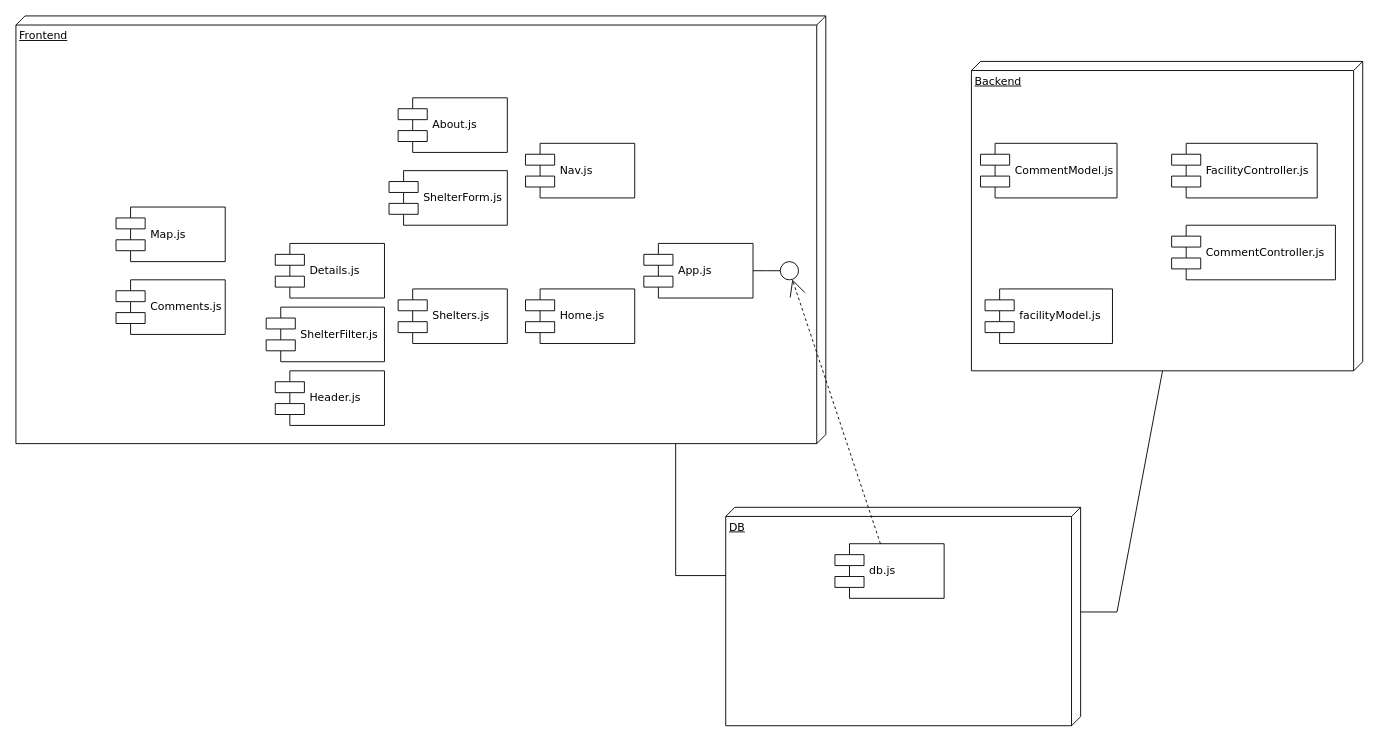
Above: Untitled Diagram.drawio in camiloko1989/Final_Project_3380_001 (draw.io), before the change. Source tidied: cells renumbered, new cells numbered last; positions are measured from the earlier drawing's top-left corner, leaving out a move shared by most shapes. Both pictures are drawn from the tidied source at 91%, with x=0, y=0 at pixel (15, 15).
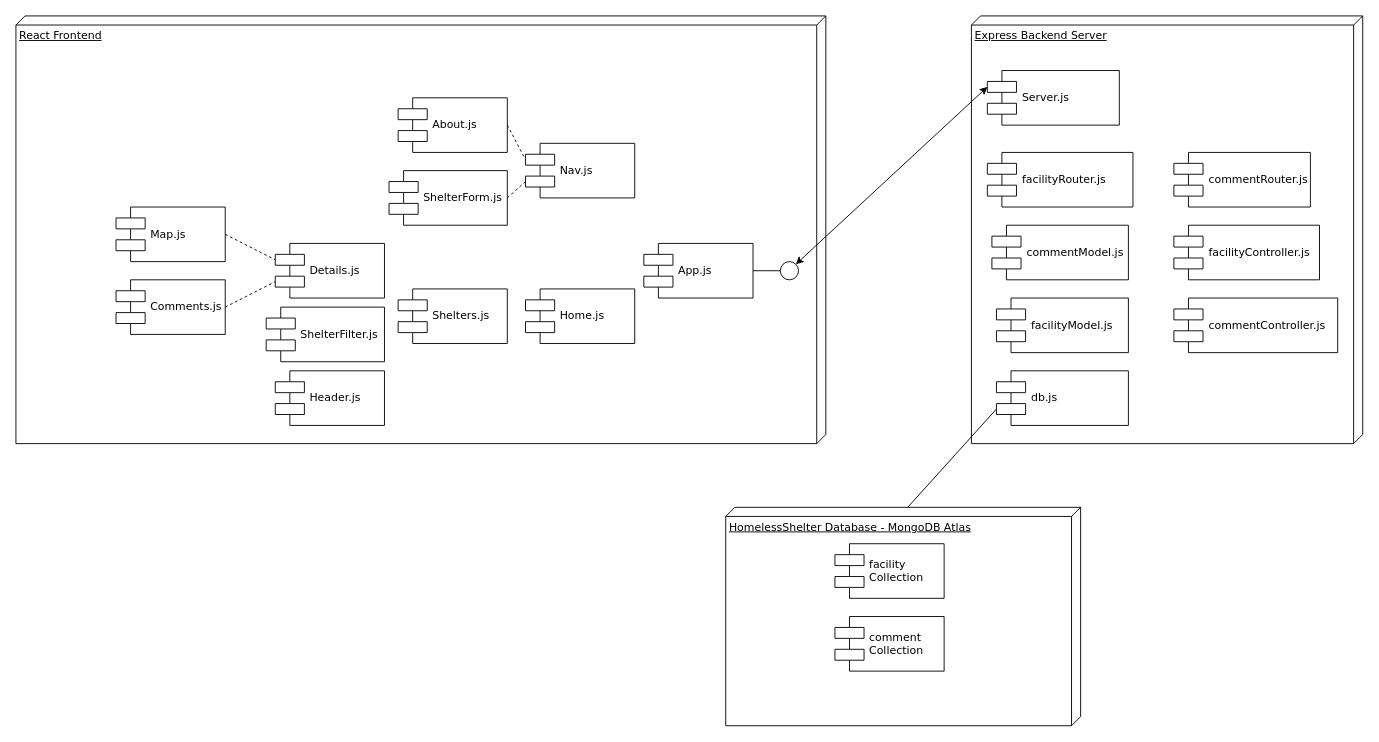
After the change.

Unchanged cells that the change refers to:
```xml
<mxCell id="6" style="ellipse;whiteSpace=wrap;html=1;rounded=0;shadow=0;comic=0;labelBackgroundColor=none;strokeWidth=1;fontFamily=Verdana;fontSize=12;align=center;" parent="1" vertex="1">
  <mxGeometry x="840" y="270" width="20" height="20" as="geometry" />
</mxCell>
<mxCell id="13" value="Nav.js" style="shape=component;align=left;spacingLeft=36;rounded=0;shadow=0;comic=0;labelBackgroundColor=none;strokeWidth=1;fontFamily=Verdana;fontSize=12;html=1;" parent="1" vertex="1">
  <mxGeometry x="560" y="140" width="120" height="60" as="geometry" />
</mxCell>
<mxCell id="16" value="ShelterForm.js" style="shape=component;align=left;spacingLeft=36;rounded=0;shadow=0;comic=0;labelBackgroundColor=none;strokeWidth=1;fontFamily=Verdana;fontSize=12;html=1;" parent="1" vertex="1">
  <mxGeometry x="410" y="170" width="130" height="60" as="geometry" />
</mxCell>
<mxCell id="17" value="Details.js" style="shape=component;align=left;spacingLeft=36;rounded=0;shadow=0;comic=0;labelBackgroundColor=none;strokeWidth=1;fontFamily=Verdana;fontSize=12;html=1;" parent="1" vertex="1">
  <mxGeometry x="285" y="250" width="120" height="60" as="geometry" />
</mxCell>
<mxCell id="18" value="About.js" style="shape=component;align=left;spacingLeft=36;rounded=0;shadow=0;comic=0;labelBackgroundColor=none;strokeWidth=1;fontFamily=Verdana;fontSize=12;html=1;" parent="1" vertex="1">
  <mxGeometry x="420" y="90" width="120" height="60" as="geometry" />
</mxCell>
<mxCell id="19" value="Map.js" style="shape=component;align=left;spacingLeft=36;rounded=0;shadow=0;comic=0;labelBackgroundColor=none;strokeWidth=1;fontFamily=Verdana;fontSize=12;html=1;" parent="1" vertex="1">
  <mxGeometry x="110" y="210" width="120" height="60" as="geometry" />
</mxCell>
<mxCell id="20" value="Comments.js" style="shape=component;align=left;spacingLeft=36;rounded=0;shadow=0;comic=0;labelBackgroundColor=none;strokeWidth=1;fontFamily=Verdana;fontSize=12;html=1;" parent="1" vertex="1">
  <mxGeometry x="110" y="290" width="120" height="60" as="geometry" />
</mxCell>
```

What changed in the source:
```diff
@@
-    <mxCell id="2" value="Frontend" style="verticalAlign=top;align=left;spacingTop=8;spacingLeft=2;spacingRight=12;shape=cube;size=10;direction=south;fontStyle=4;html=1;rounded=0;shadow=0;comic=0;labelBackgroundColor=none;strokeWidth=1;fontFamily=Verdana;fontSize=12;" parent="1" vertex="1">
+    <mxCell id="2" value="React Frontend" style="verticalAlign=top;align=left;spacingTop=8;spacingLeft=2;spacingRight=12;shape=cube;size=10;direction=south;fontStyle=4;html=1;rounded=0;shadow=0;comic=0;labelBackgroundColor=none;strokeWidth=1;fontFamily=Verdana;fontSize=12;" parent="1" vertex="1">
       <mxGeometry width="890" height="470" as="geometry" />
     </mxCell>
-    <mxCell id="3" value="Backend" style="verticalAlign=top;align=left;spacingTop=8;spacingLeft=2;spacingRight=12;shape=cube;size=10;direction=south;fontStyle=4;html=1;rounded=0;shadow=0;comic=0;labelBackgroundColor=none;strokeWidth=1;fontFamily=Verdana;fontSize=12;" parent="1" vertex="1">
-      <mxGeometry x="1050" y="50" width="430" height="340" as="geometry" />
+    <mxCell id="3" value="Express Backend Server" style="verticalAlign=top;align=left;spacingTop=8;spacingLeft=2;spacingRight=12;shape=cube;size=10;direction=south;fontStyle=4;html=1;rounded=0;shadow=0;comic=0;labelBackgroundColor=none;strokeWidth=1;fontFamily=Verdana;fontSize=12;" parent="1" vertex="1">
+      <mxGeometry x="1050" width="430" height="470" as="geometry" />
     </mxCell>
-    <mxCell id="4" value="DB" style="verticalAlign=top;align=left;spacingTop=8;spacingLeft=2;spacingRight=12;shape=cube;size=10;direction=south;fontStyle=4;html=1;rounded=0;shadow=0;comic=0;labelBackgroundColor=none;strokeWidth=1;fontFamily=Verdana;fontSize=12;" parent="1" vertex="1">
+    <mxCell id="4" value="HomelessShelter Database - MongoDB Atlas" style="verticalAlign=top;align=left;spacingTop=8;spacingLeft=2;spacingRight=12;shape=cube;size=10;direction=south;fontStyle=4;html=1;rounded=0;shadow=0;comic=0;labelBackgroundColor=none;strokeWidth=1;fontFamily=Verdana;fontSize=12;" parent="1" vertex="1">
       <mxGeometry x="780" y="540" width="390" height="240" as="geometry" />
     </mxCell>
@@
-    <mxCell id="7" value="db.js" style="shape=component;align=left;spacingLeft=36;rounded=0;shadow=0;comic=0;labelBackgroundColor=none;strokeWidth=1;fontFamily=Verdana;fontSize=12;html=1;" parent="1" vertex="1">
+    <mxCell id="7" value="facility &lt;br&gt;Collection" style="shape=component;align=left;spacingLeft=36;rounded=0;shadow=0;comic=0;labelBackgroundColor=none;strokeWidth=1;fontFamily=Verdana;fontSize=12;html=1;" parent="1" vertex="1">
       <mxGeometry x="900" y="580" width="120" height="60" as="geometry" />
     </mxCell>
-    <mxCell id="8" style="edgeStyle=none;rounded=0;html=1;dashed=1;labelBackgroundColor=none;startArrow=none;startFill=0;startSize=8;endArrow=open;endFill=0;endSize=16;fontFamily=Verdana;fontSize=12;" parent="1" edge="1" source="7" target="6">
-      <mxGeometry relative="1" as="geometry" />
-    </mxCell>
@@
-    <mxCell id="10" style="edgeStyle=orthogonalEdgeStyle;rounded=0;html=1;labelBackgroundColor=none;startArrow=none;startFill=0;startSize=8;endArrow=none;endFill=0;endSize=16;fontFamily=Verdana;fontSize=12;" parent="1" edge="1" source="4" target="2">
-      <mxGeometry relative="1" as="geometry">
-        <Array as="points">
-          <mxPoint x="725" y="615" />
-        </Array>
-      </mxGeometry>
-    </mxCell>
@@
-    <mxCell id="21" value="CommentModel.js" style="shape=component;align=left;spacingLeft=36;rounded=0;shadow=0;comic=0;labelBackgroundColor=none;strokeWidth=1;fontFamily=Verdana;fontSize=12;html=1;" parent="1" vertex="1">
-      <mxGeometry x="1060" y="140" width="150" height="60" as="geometry" />
+    <mxCell id="21" value="commentModel.js" style="shape=component;align=left;spacingLeft=36;rounded=0;shadow=0;comic=0;labelBackgroundColor=none;strokeWidth=1;fontFamily=Verdana;fontSize=12;html=1;" parent="1" vertex="1">
+      <mxGeometry x="1072.5" y="230" width="150" height="60" as="geometry" />
     </mxCell>
     <mxCell id="22" value="facilityModel.js" style="shape=component;align=left;spacingLeft=36;rounded=0;shadow=0;comic=0;labelBackgroundColor=none;strokeWidth=1;fontFamily=Verdana;fontSize=12;html=1;" parent="1" vertex="1">
-      <mxGeometry x="1065" y="300" width="140" height="60" as="geometry" />
+      <mxGeometry x="1077.5" y="310" width="145" height="60" as="geometry" />
     </mxCell>
-    <mxCell id="23" style="endArrow=none;html=1;rounded=0;exitX=0;exitY=0;exitDx=115;exitDy=0;exitPerimeter=0;entryX=0;entryY=0;entryDx=340;entryDy=220;entryPerimeter=0;" parent="1" edge="1" source="4" target="3">
-      <mxGeometry relative="1" as="geometry">
-        <Array as="points">
-          <mxPoint x="1210" y="655" />
-        </Array>
-      </mxGeometry>
+    <mxCell id="23" style="endArrow=none;html=1;rounded=0;exitX=0;exitY=0;exitDx=0;exitDy=190;exitPerimeter=0;entryX=0;entryY=0.7;entryDx=0;entryDy=0;" parent="1" edge="1" source="4" target="33">
+      <mxGeometry relative="1" as="geometry" />
     </mxCell>
-    <mxCell id="24" value="FacilityController.js" style="shape=component;align=left;spacingLeft=36;rounded=0;shadow=0;comic=0;labelBackgroundColor=none;strokeWidth=1;fontFamily=Verdana;fontSize=12;html=1;" parent="1" vertex="1">
-      <mxGeometry x="1270" y="140" width="160" height="60" as="geometry" />
+    <mxCell id="24" value="facilityController.js" style="shape=component;align=left;spacingLeft=36;rounded=0;shadow=0;comic=0;labelBackgroundColor=none;strokeWidth=1;fontFamily=Verdana;fontSize=12;html=1;" parent="1" vertex="1">
+      <mxGeometry x="1272.5" y="230" width="160" height="60" as="geometry" />
     </mxCell>
-    <mxCell id="25" value="CommentController.js" style="shape=component;align=left;spacingLeft=36;rounded=0;shadow=0;comic=0;labelBackgroundColor=none;strokeWidth=1;fontFamily=Verdana;fontSize=12;html=1;" parent="1" vertex="1">
-      <mxGeometry x="1270" y="230" width="180" height="60" as="geometry" />
+    <mxCell id="25" value="commentController.js" style="shape=component;align=left;spacingLeft=36;rounded=0;shadow=0;comic=0;labelBackgroundColor=none;strokeWidth=1;fontFamily=Verdana;fontSize=12;html=1;" parent="1" vertex="1">
+      <mxGeometry x="1272.5" y="310" width="180" height="60" as="geometry" />
     </mxCell>
+    <mxCell id="26" style="endArrow=none;dashed=1;html=1;rounded=0;exitX=1;exitY=0.5;exitDx=0;exitDy=0;entryX=0;entryY=0.3;entryDx=0;entryDy=0;" parent="1" edge="1" source="18" target="13">
+      <mxGeometry relative="1" as="geometry" />
+    </mxCell>
+    <mxCell id="27" style="endArrow=none;dashed=1;html=1;rounded=0;exitX=1;exitY=0.5;exitDx=0;exitDy=0;entryX=0;entryY=0.7;entryDx=0;entryDy=0;" parent="1" edge="1" source="16" target="13">
+      <mxGeometry relative="1" as="geometry" />
+    </mxCell>
+    <mxCell id="28" style="endArrow=none;dashed=1;html=1;rounded=0;exitX=1;exitY=0.5;exitDx=0;exitDy=0;entryX=0;entryY=0.3;entryDx=0;entryDy=0;" parent="1" edge="1" source="19" target="17">
+      <mxGeometry relative="1" as="geometry" />
+    </mxCell>
+    <mxCell id="29" style="endArrow=none;dashed=1;html=1;rounded=0;exitX=1;exitY=0.5;exitDx=0;exitDy=0;entryX=0;entryY=0.7;entryDx=0;entryDy=0;" parent="1" edge="1" source="20" target="17">
+      <mxGeometry relative="1" as="geometry" />
+    </mxCell>
+    <mxCell id="30" value="Server.js" style="shape=component;align=left;spacingLeft=36;rounded=0;shadow=0;comic=0;labelBackgroundColor=none;strokeWidth=1;fontFamily=Verdana;fontSize=12;html=1;" parent="1" vertex="1">
+      <mxGeometry x="1067.5" y="60" width="145" height="60" as="geometry" />
+    </mxCell>
+    <mxCell id="31" value="commentRouter.js" style="shape=component;align=left;spacingLeft=36;rounded=0;shadow=0;comic=0;labelBackgroundColor=none;strokeWidth=1;fontFamily=Verdana;fontSize=12;html=1;" parent="1" vertex="1">
+      <mxGeometry x="1272.5" y="150" width="150" height="60" as="geometry" />
+    </mxCell>
+    <mxCell id="32" value="facilityRouter.js" style="shape=component;align=left;spacingLeft=36;rounded=0;shadow=0;comic=0;labelBackgroundColor=none;strokeWidth=1;fontFamily=Verdana;fontSize=12;html=1;" parent="1" vertex="1">
+      <mxGeometry x="1067.5" y="150" width="160" height="60" as="geometry" />
+    </mxCell>
+    <mxCell id="33" value="db.js" style="shape=component;align=left;spacingLeft=36;rounded=0;shadow=0;comic=0;labelBackgroundColor=none;strokeWidth=1;fontFamily=Verdana;fontSize=12;html=1;" parent="1" vertex="1">
+      <mxGeometry x="1077.5" y="390" width="145" height="60" as="geometry" />
+    </mxCell>
+    <mxCell id="34" value="comment&lt;br&gt;Collection" style="shape=component;align=left;spacingLeft=36;rounded=0;shadow=0;comic=0;labelBackgroundColor=none;strokeWidth=1;fontFamily=Verdana;fontSize=12;html=1;" parent="1" vertex="1">
+      <mxGeometry x="900" y="660" width="120" height="60" as="geometry" />
+    </mxCell>
+    <mxCell id="35" style="endArrow=classic;startArrow=classic;html=1;rounded=0;entryX=0;entryY=0.3;entryDx=0;entryDy=0;exitX=1;exitY=0;exitDx=0;exitDy=0;targetPerimeterSpacing=0;" parent="1" edge="1" source="6" target="30">
+      <mxGeometry relative="1" as="geometry" />
+    </mxCell>
```
